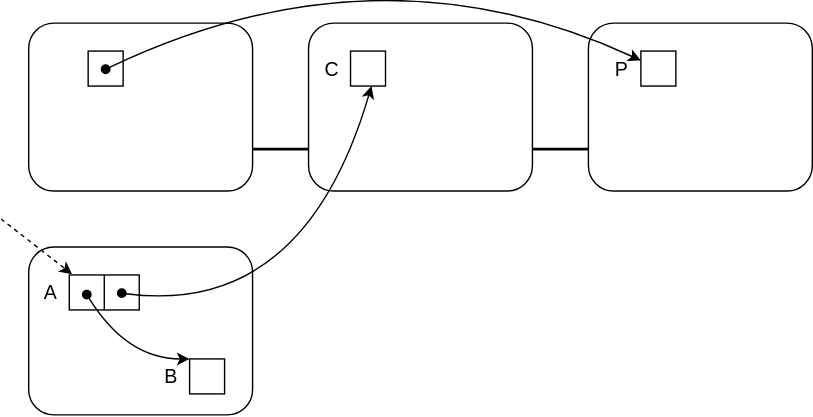
Earlier version of the draw.io export assets/img/lecture_materials/GarbageCollection/ch7/train-5.drawio.svg (drop-stones/slides). Source tidied: cells renumbered, new cells last; positions are measured from the earlier drawing's top-left corner, leaving out a move shared by most shapes.
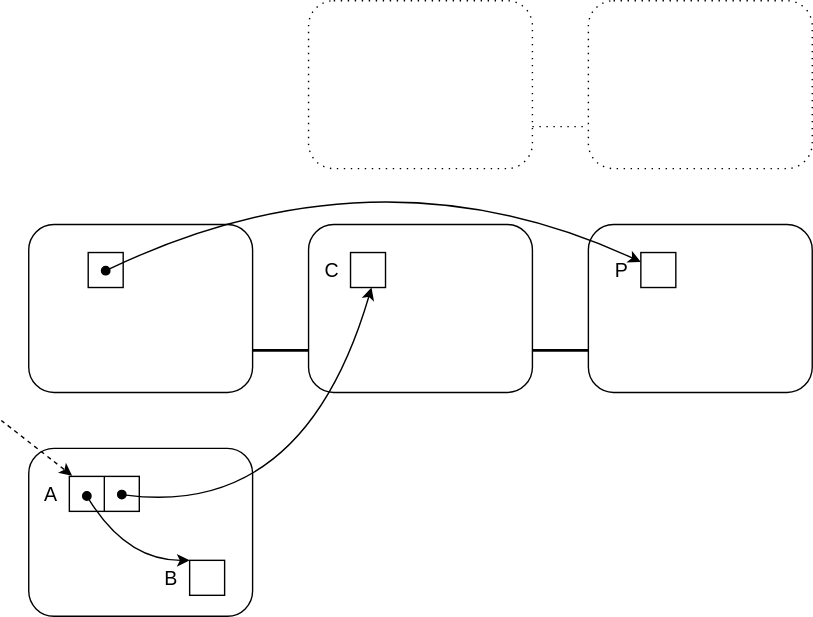
Later version of the same file.

What changed in the source:
```diff
@@ -110,5 +110,14 @@
     <mxCell id="31" value="&lt;font style=&quot;font-size: 14px&quot;&gt;C&lt;/font&gt;" style="text;html=1;strokeColor=none;fillColor=none;align=center;verticalAlign=middle;whiteSpace=wrap;rounded=0;" parent="1" vertex="1">
       <mxGeometry x="222.5" y="80" width="27.5" height="25" as="geometry" />
     </mxCell>
+    <mxCell id="32" style="edgeStyle=none;html=1;exitX=1;exitY=0.75;exitDx=0;exitDy=0;entryX=0;entryY=0.75;entryDx=0;entryDy=0;endArrow=none;endFill=0;dashed=1;dashPattern=1 4;" parent="1" edge="1" source="33" target="34">
+      <mxGeometry relative="1" as="geometry" />
+    </mxCell>
+    <mxCell id="33" style="rounded=1;whiteSpace=wrap;html=1;fillColor=none;dashed=1;dashPattern=1 4;" parent="1" vertex="1">
+      <mxGeometry x="220" y="-100" width="160" height="120" as="geometry" />
+    </mxCell>
+    <mxCell id="34" style="rounded=1;whiteSpace=wrap;html=1;fillColor=none;dashed=1;dashPattern=1 4;" parent="1" vertex="1">
+      <mxGeometry x="420" y="-100" width="160" height="120" as="geometry" />
+    </mxCell>
   </root>
 </mxGraphModel>
```
